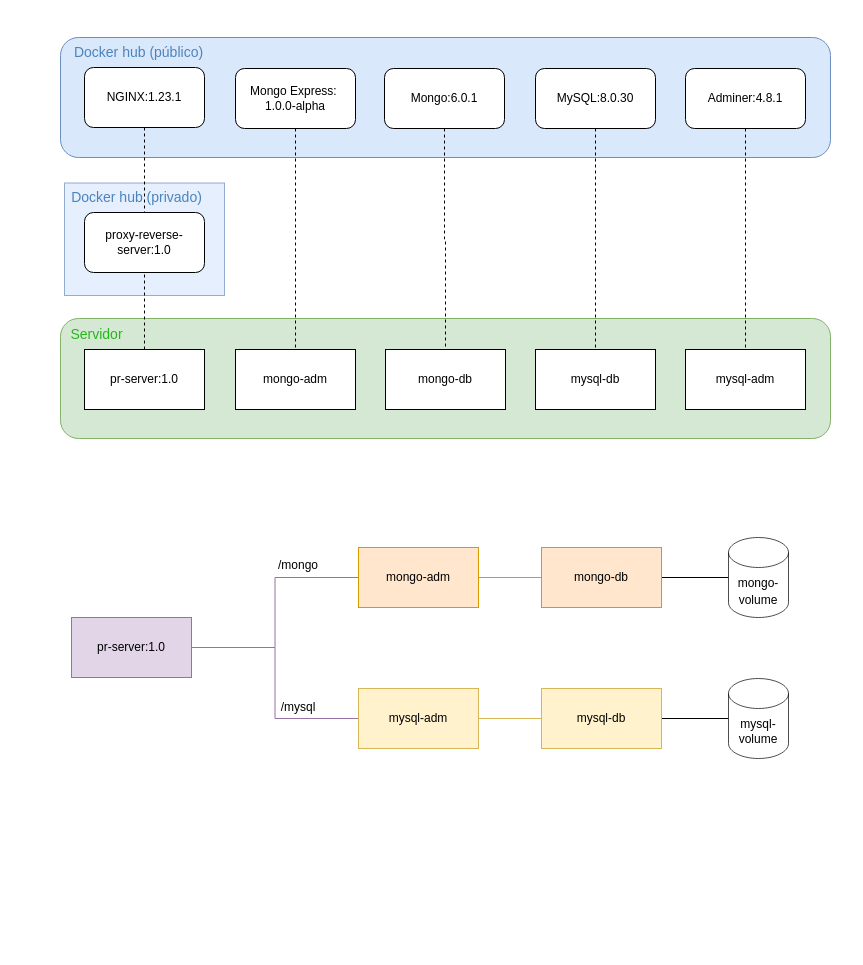
Earlier version of the draw.io diagram system.drawio (vinipilan9999/docker-project). Source tidied: cells renumbered, new cells numbered last; positions are measured from the earlier drawing's top-left corner, leaving out a move shared by most shapes. Both pictures are drawn from the tidied source at 100%, with x=0, y=0 at pixel (17, 37).
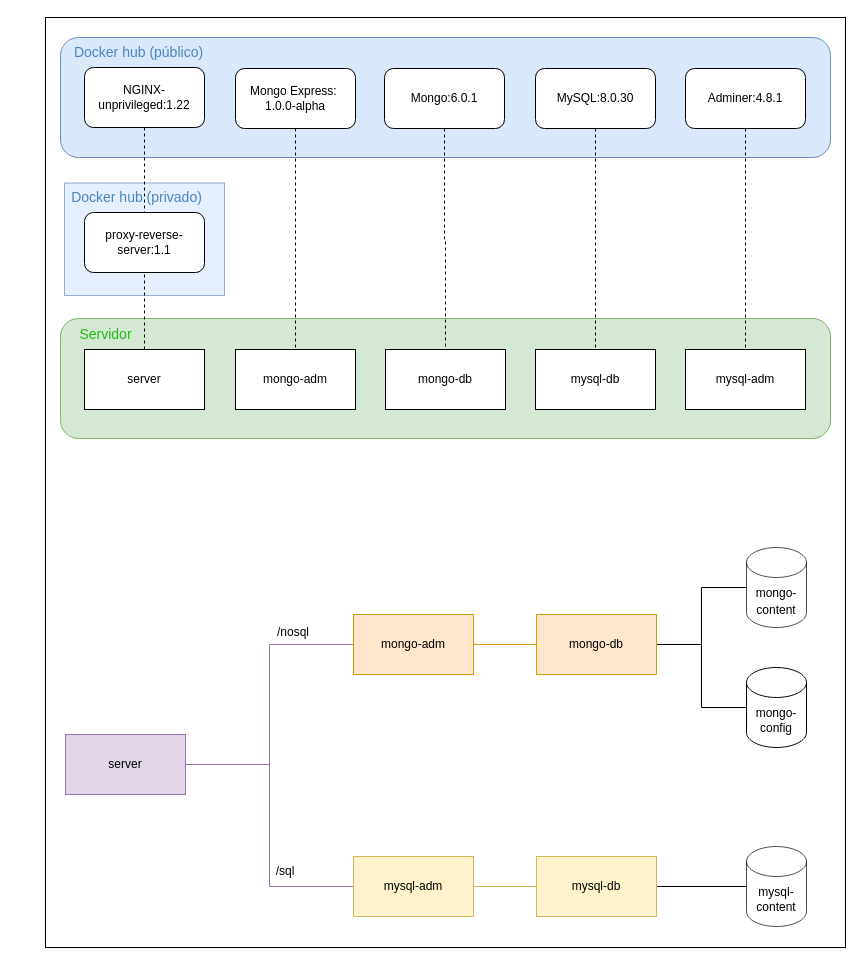
The same diagram, later.

Change to the diagram source:
```diff
@@
-    <mxCell id="18" value="pr-server:1.0" style="rounded=0;whiteSpace=wrap;html=1;fillColor=#e1d5e7;strokeColor=#9673a6;" parent="1" vertex="1">
-      <mxGeometry x="54" y="580" width="120" height="60" as="geometry" />
+    <mxCell id="18" value="server" style="rounded=0;whiteSpace=wrap;html=1;fillColor=#e1d5e7;strokeColor=#9673a6;" parent="1" vertex="1">
+      <mxGeometry x="48" y="697" width="120" height="60" as="geometry" />
     </mxCell>
@@
     <mxCell id="20" value="mongo-adm" style="rounded=0;whiteSpace=wrap;html=1;fillColor=#ffe6cc;strokeColor=#d79b00;" parent="1" vertex="1">
-      <mxGeometry x="341" y="510" width="120" height="60" as="geometry" />
+      <mxGeometry x="336" y="577" width="120" height="60" as="geometry" />
     </mxCell>
@@
+    <mxCell id="40" style="edgeStyle=orthogonalEdgeStyle;rounded=0;jettySize=auto;html=1;entryX=0;entryY=0.5;entryDx=0;entryDy=0;entryPerimeter=0;endArrow=none;endFill=0;" parent="1" edge="1" source="22" target="41">
+      <mxGeometry relative="1" as="geometry" />
+    </mxCell>
     <mxCell id="22" value="mongo-db" style="rounded=0;whiteSpace=wrap;html=1;fillColor=#ffe6cc;strokeColor=#d79b00;" parent="1" vertex="1">
-      <mxGeometry x="524" y="510" width="120" height="60" as="geometry" />
+      <mxGeometry x="519" y="577" width="120" height="60" as="geometry" />
     </mxCell>
@@
     <mxCell id="24" value="mysql-db" style="rounded=0;whiteSpace=wrap;html=1;fillColor=#fff2cc;strokeColor=#d6b656;" parent="1" vertex="1">
-      <mxGeometry x="524" y="651" width="120" height="60" as="geometry" />
+      <mxGeometry x="519" y="819" width="120" height="60" as="geometry" />
     </mxCell>
@@
     <mxCell id="26" value="mysql-adm" style="rounded=0;whiteSpace=wrap;html=1;fillColor=#fff2cc;strokeColor=#d6b656;" parent="1" vertex="1">
-      <mxGeometry x="341" y="651" width="120" height="60" as="geometry" />
+      <mxGeometry x="336" y="819" width="120" height="60" as="geometry" />
     </mxCell>
-    <mxCell id="27" value="/mongo" style="text;html=1;align=center;verticalAlign=middle;whiteSpace=wrap;rounded=0;" parent="1" vertex="1">
-      <mxGeometry x="251" y="513" width="60" height="30" as="geometry" />
+    <mxCell id="27" value="/nosql" style="text;html=1;align=center;verticalAlign=middle;whiteSpace=wrap;rounded=0;" parent="1" vertex="1">
+      <mxGeometry x="246" y="580" width="60" height="30" as="geometry" />
     </mxCell>
-    <mxCell id="28" value="/mysql" style="text;html=1;align=center;verticalAlign=middle;whiteSpace=wrap;rounded=0;" parent="1" vertex="1">
-      <mxGeometry x="251" y="655" width="60" height="30" as="geometry" />
+    <mxCell id="28" value="/sql" style="text;html=1;align=center;verticalAlign=middle;whiteSpace=wrap;rounded=0;" parent="1" vertex="1">
+      <mxGeometry x="238" y="819" width="60" height="30" as="geometry" />
     </mxCell>
@@
     <mxCell id="30" value="&lt;font style=&quot;font-weight: normal;&quot;&gt;Servidor&lt;/font&gt;" style="text;html=1;strokeColor=none;fillColor=none;align=center;verticalAlign=middle;whiteSpace=wrap;rounded=0;fontColor=#23B818;fontStyle=1;fontSize=14;" parent="1" vertex="1">
-      <mxGeometry y="282" width="159" height="30" as="geometry" />
+      <mxGeometry x="9" y="282" width="159" height="30" as="geometry" />
     </mxCell>
@@
-    <mxCell id="32" value="proxy-reverse-server:1.0" style="rounded=1;whiteSpace=wrap;html=1;" parent="1" vertex="1">
+    <mxCell id="32" value="proxy-reverse-server:1.1" style="rounded=1;whiteSpace=wrap;html=1;" parent="1" vertex="1">
       <mxGeometry x="67" y="175" width="120" height="60" as="geometry" />
     </mxCell>
@@
-    <mxCell id="35" value="pr-server:1.0" style="rounded=0;whiteSpace=wrap;html=1;" parent="1" vertex="1">
+    <mxCell id="35" value="server" style="rounded=0;whiteSpace=wrap;html=1;" parent="1" vertex="1">
       <mxGeometry x="67" y="312" width="120" height="60" as="geometry" />
     </mxCell>
@@
-    <mxCell id="37" value="NGINX:1.23.1" style="rounded=1;whiteSpace=wrap;html=1;" parent="1" vertex="1">
+    <mxCell id="37" value="NGINX-unprivileged:1.22" style="rounded=1;whiteSpace=wrap;html=1;" parent="1" vertex="1">
       <mxGeometry x="67" y="30" width="120" height="60" as="geometry" />
     </mxCell>
-    <mxCell id="38" value="&lt;font style=&quot;font-size: 12px;&quot; color=&quot;#000000&quot;&gt;mongo-volume&lt;/font&gt;" style="shape=cylinder3;whiteSpace=wrap;html=1;boundedLbl=1;backgroundOutline=1;size=15;fontSize=14;fontColor=#23B818;fillColor=default;opacity=70;" parent="1" vertex="1">
-      <mxGeometry x="711" y="500" width="60" height="80" as="geometry" />
+    <mxCell id="38" value="&lt;font style=&quot;font-size: 12px;&quot; color=&quot;#000000&quot;&gt;mongo-content&lt;/font&gt;" style="shape=cylinder3;whiteSpace=wrap;html=1;boundedLbl=1;backgroundOutline=1;size=15;fontSize=14;fontColor=#23B818;fillColor=default;opacity=70;" parent="1" vertex="1">
+      <mxGeometry x="729" y="510" width="60" height="80" as="geometry" />
     </mxCell>
-    <mxCell id="39" value="mysql-volume" style="shape=cylinder3;whiteSpace=wrap;html=1;boundedLbl=1;backgroundOutline=1;size=15;fontSize=12;fontColor=#000000;fillColor=default;opacity=70;" parent="1" vertex="1">
-      <mxGeometry x="711" y="641" width="60" height="80" as="geometry" />
+    <mxCell id="39" value="mysql-content" style="shape=cylinder3;whiteSpace=wrap;html=1;boundedLbl=1;backgroundOutline=1;size=15;fontSize=12;fontColor=#000000;fillColor=default;opacity=70;" parent="1" vertex="1">
+      <mxGeometry x="729" y="809" width="60" height="80" as="geometry" />
     </mxCell>
+    <mxCell id="41" value="mongo-config" style="shape=cylinder3;whiteSpace=wrap;html=1;boundedLbl=1;backgroundOutline=1;size=15;" parent="1" vertex="1">
+      <mxGeometry x="729" y="630" width="60" height="80" as="geometry" />
+    </mxCell>
+    <mxCell id="42" style="rounded=0;whiteSpace=wrap;html=1;fillColor=none;" parent="1" vertex="1">
+      <mxGeometry x="28" y="-20" width="800" height="930" as="geometry" />
+    </mxCell>
```
